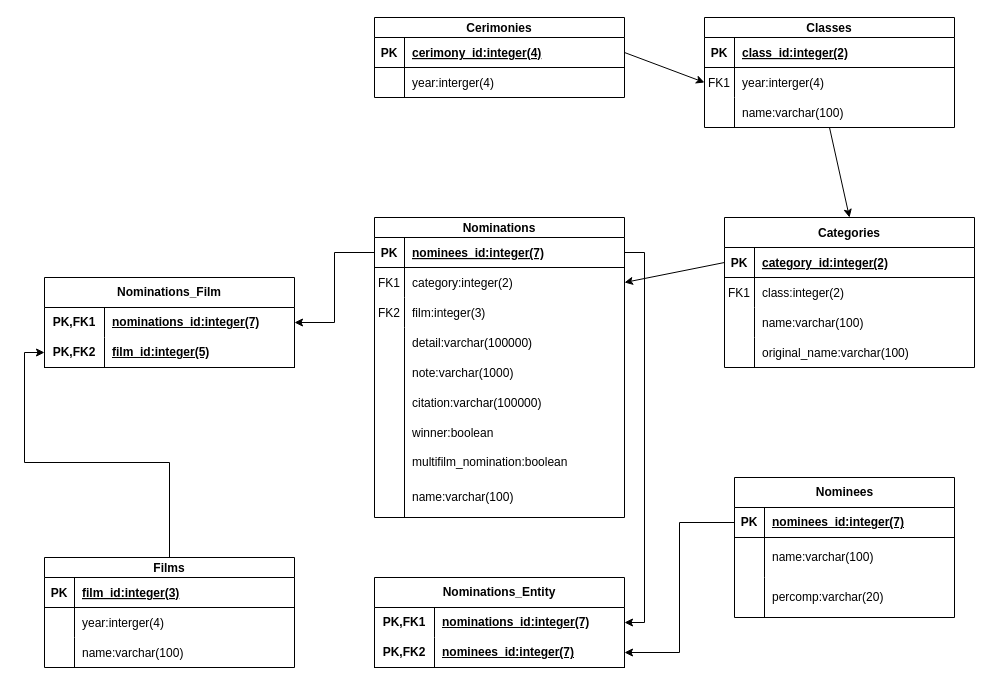
Above: modelo_relacional_oscars.drawio in QuAleAcEna/PythonAppOscars (draw.io), before the change. Source tidied: cells renumbered, new cells numbered last; positions are measured from the earlier drawing's top-left corner, leaving out a move shared by most shapes. Both pictures are drawn from the tidied source at 100%, with x=0, y=0 at pixel (44, 17).
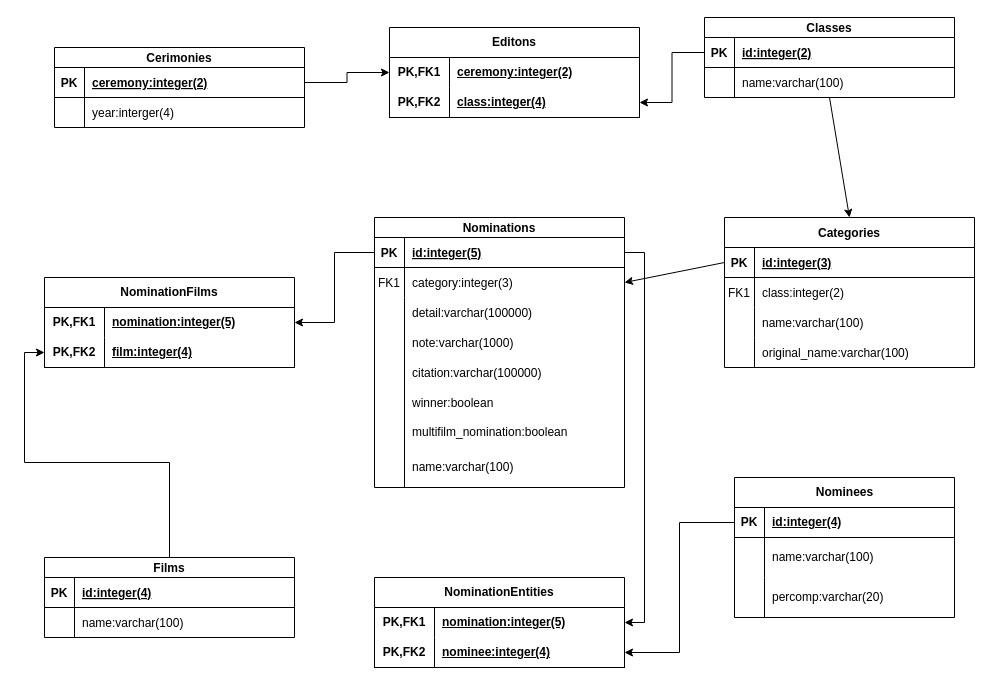
The same diagram, later.

Unchanged cells that the change refers to:
```xml
<mxCell id="3" style="shape=partialRectangle;fillColor=none;points=[[0,0.5],[1,0.5]];portConstraint=eastwest;top=0;left=0;right=0;bottom=1;" parent="2" vertex="1">
  <mxGeometry y="20" width="250" height="30" as="geometry" />
</mxCell>
<mxCell id="13" style="shape=partialRectangle;fillColor=none;points=[[0,0.5],[1,0.5]];portConstraint=eastwest;top=0;left=0;right=0;bottom=1;" parent="12" vertex="1">
  <mxGeometry y="30" width="250" height="30" as="geometry" />
</mxCell>
<mxCell id="26" style="shape=partialRectangle;fillColor=none;points=[[0,0.5],[1,0.5]];portConstraint=eastwest;top=0;left=0;right=0;bottom=1;" parent="25" vertex="1">
  <mxGeometry y="20" width="250" height="30" as="geometry" />
</mxCell>
<mxCell id="34" style="shape=partialRectangle;fillColor=none;top=0;left=0;right=0;bottom=1;" parent="33" vertex="1">
  <mxGeometry y="20" width="250" height="30" as="geometry" />
</mxCell>
<mxCell id="44" style="shape=partialRectangle;fillColor=none;points=[[0,0.5],[1,0.5]];portConstraint=eastwest;top=0;left=0;right=0;bottom=1;" parent="43" vertex="1">
  <mxGeometry y="20" width="250" height="30" as="geometry" />
</mxCell>
<mxCell id="47" style="shape=partialRectangle;fillColor=none;points=[[0,0.5],[1,0.5]];portConstraint=eastwest;top=0;left=0;right=0;bottom=0;" parent="43" vertex="1">
  <mxGeometry y="50" width="250" height="30" as="geometry" />
</mxCell>
<mxCell id="59" style="shape=tableRow;horizontal=0;startSize=0;swimlaneHead=0;swimlaneBody=0;fillColor=none;points=[[0,0.5],[1,0.5]];portConstraint=eastwest;top=0;left=0;right=0;bottom=0;html=1;" parent="58" vertex="1">
  <mxGeometry y="30" width="250" height="30" as="geometry" />
</mxCell>
<mxCell id="62" style="shape=tableRow;horizontal=0;startSize=0;swimlaneHead=0;swimlaneBody=0;fillColor=none;points=[[0,0.5],[1,0.5]];portConstraint=eastwest;top=0;left=0;right=0;bottom=1;html=1;" parent="58" vertex="1">
  <mxGeometry y="60" width="250" height="30" as="geometry" />
</mxCell>
<mxCell id="73" style="shape=tableRow;horizontal=0;startSize=0;swimlaneHead=0;swimlaneBody=0;fillColor=none;points=[[0,0.5],[1,0.5]];portConstraint=eastwest;top=0;left=0;right=0;bottom=1;" parent="72" vertex="1">
  <mxGeometry y="30" width="220" height="30" as="geometry" />
</mxCell>
<mxCell id="84" style="shape=tableRow;horizontal=0;startSize=0;swimlaneHead=0;swimlaneBody=0;fillColor=none;points=[[0,0.5],[1,0.5]];portConstraint=eastwest;top=0;left=0;right=0;bottom=0;html=1;" parent="83" vertex="1">
  <mxGeometry y="30" width="250" height="30" as="geometry" />
</mxCell>
<mxCell id="87" style="shape=tableRow;horizontal=0;startSize=0;swimlaneHead=0;swimlaneBody=0;fillColor=none;points=[[0,0.5],[1,0.5]];portConstraint=eastwest;top=0;left=0;right=0;bottom=1;html=1;" parent="83" vertex="1">
  <mxGeometry y="60" width="250" height="30" as="geometry" />
</mxCell>
```

The edit, as a diff of the source:
```diff
@@
     <mxCell id="2" value="Classes" style="shape=table;startSize=20;childLayout=tableLayout;rowLines=0;fontStyle=1;align=center;" parent="1" vertex="1">
-      <mxGeometry x="660" width="250" height="110" as="geometry" />
+      <mxGeometry x="660" width="250" height="80" as="geometry" />
     </mxCell>
@@
-    <mxCell id="5" value="class_id:integer(2)" style="shape=partialRectangle;overflow=hidden;fillColor=none;top=0;left=0;bottom=0;right=0;align=left;spacingLeft=6;fontStyle=5;" parent="3" vertex="1">
+    <mxCell id="5" value="id:integer(2)" style="shape=partialRectangle;overflow=hidden;fillColor=none;top=0;left=0;bottom=0;right=0;align=left;spacingLeft=6;fontStyle=5;" parent="3" vertex="1">
       <mxGeometry x="30" width="220" height="30" as="geometry" />
     </mxCell>
-    <mxCell id="6" style="shape=partialRectangle;fillColor=none;points=[[0,0.5],[1,0.5]];portConstraint=eastwest;top=0;left=0;right=0;bottom=0;" parent="2" vertex="1">
-      <mxGeometry y="50" width="250" height="30" as="geometry" />
-    </mxCell>
-    <mxCell id="7" value="FK1" style="shape=partialRectangle;overflow=hidden;fillColor=none;top=0;left=0;bottom=0;right=0;" parent="6" vertex="1">
-      <mxGeometry width="30" height="30" as="geometry" />
-    </mxCell>
-    <mxCell id="8" value="year:interger(4)" style="shape=partialRectangle;overflow=hidden;fillColor=none;top=0;left=0;bottom=0;right=0;align=left;spacingLeft=6;" parent="6" vertex="1">
-      <mxGeometry x="30" width="220" height="30" as="geometry" />
-    </mxCell>
     <mxCell id="9" style="shape=partialRectangle;fillColor=none;top=0;left=0;right=0;bottom=0;" parent="2" vertex="1">
-      <mxGeometry y="80" width="250" height="30" as="geometry" />
+      <mxGeometry y="50" width="250" height="30" as="geometry" />
     </mxCell>
@@
-    <mxCell id="15" value="category_id:integer(2)" style="shape=partialRectangle;overflow=hidden;fillColor=none;top=0;left=0;bottom=0;right=0;align=left;spacingLeft=6;fontStyle=5;" parent="13" vertex="1">
+    <mxCell id="15" value="id:integer(3)" style="shape=partialRectangle;overflow=hidden;fillColor=none;top=0;left=0;bottom=0;right=0;align=left;spacingLeft=6;fontStyle=5;" parent="13" vertex="1">
       <mxGeometry x="30" width="220" height="30" as="geometry" />
     </mxCell>
@@
     <mxCell id="25" value="Cerimonies" style="shape=table;startSize=20;childLayout=tableLayout;rowLines=0;fontStyle=1;align=center;" parent="1" vertex="1">
-      <mxGeometry x="330" width="250" height="80" as="geometry" />
+      <mxGeometry x="10" y="30" width="250" height="80" as="geometry" />
     </mxCell>
@@
-    <mxCell id="28" value="cerimony_id:integer(4)" style="shape=partialRectangle;overflow=hidden;fillColor=none;top=0;left=0;bottom=0;right=0;align=left;spacingLeft=6;fontStyle=5;" parent="26" vertex="1">
+    <mxCell id="28" value="ceremony:integer(2)" style="shape=partialRectangle;overflow=hidden;fillColor=none;top=0;left=0;bottom=0;right=0;align=left;spacingLeft=6;fontStyle=5;" parent="26" vertex="1">
       <mxGeometry x="30" width="220" height="30" as="geometry" />
     </mxCell>
-    <mxCell id="29" style="endArrow=classic;html=1;rounded=0;exitX=1;exitY=0.5;exitDx=0;exitDy=0;entryX=0;entryY=0.5;entryDx=0;entryDy=0;" parent="1" edge="1" source="26" target="6">
-      <mxGeometry relative="1" as="geometry" />
-    </mxCell>
@@
     <mxCell id="33" value="Films" style="shape=table;startSize=20;childLayout=tableLayout;rowLines=0;fontStyle=1;align=center;" parent="1" vertex="1">
-      <mxGeometry y="540" width="250" height="110" as="geometry" />
+      <mxGeometry y="540" width="250" height="80" as="geometry" />
     </mxCell>
@@
-    <mxCell id="36" value="film_id:integer(3)" style="shape=partialRectangle;overflow=hidden;fillColor=none;top=0;left=0;bottom=0;right=0;align=left;spacingLeft=6;fontStyle=5;" parent="34" vertex="1">
+    <mxCell id="36" value="id:integer(4)" style="shape=partialRectangle;overflow=hidden;fillColor=none;top=0;left=0;bottom=0;right=0;align=left;spacingLeft=6;fontStyle=5;" parent="34" vertex="1">
       <mxGeometry x="30" width="220" height="30" as="geometry" />
     </mxCell>
-    <mxCell id="37" style="shape=partialRectangle;fillColor=none;top=0;left=0;right=0;bottom=0;" parent="33" vertex="1">
-      <mxGeometry y="50" width="250" height="30" as="geometry" />
-    </mxCell>
-    <mxCell id="38" style="shape=partialRectangle;overflow=hidden;fillColor=none;top=0;left=0;bottom=0;right=0;" parent="37" vertex="1">
-      <mxGeometry width="30" height="30" as="geometry" />
-    </mxCell>
-    <mxCell id="39" value="year:interger(4)" style="shape=partialRectangle;overflow=hidden;fillColor=none;top=0;left=0;bottom=0;right=0;align=left;spacingLeft=6;" parent="37" vertex="1">
-      <mxGeometry x="30" width="220" height="30" as="geometry" />
-    </mxCell>
     <mxCell id="40" style="shape=partialRectangle;fillColor=none;top=0;left=0;right=0;bottom=0;" parent="33" vertex="1">
-      <mxGeometry y="80" width="250" height="30" as="geometry" />
+      <mxGeometry y="50" width="250" height="30" as="geometry" />
     </mxCell>
@@
     <mxCell id="43" value="Nominations" style="shape=table;startSize=20;childLayout=tableLayout;rowLines=0;fontStyle=1;align=center;swimlaneLine=1;" parent="1" vertex="1">
-      <mxGeometry x="330" y="200" width="250" height="300" as="geometry" />
+      <mxGeometry x="330" y="200" width="250" height="270" as="geometry" />
     </mxCell>
@@
-    <mxCell id="46" value="nominees_id:integer(7)" style="shape=partialRectangle;overflow=hidden;fillColor=none;top=0;left=0;bottom=0;right=0;align=left;spacingLeft=6;fontStyle=5;" parent="44" vertex="1">
+    <mxCell id="46" value="id:integer(5)" style="shape=partialRectangle;overflow=hidden;fillColor=none;top=0;left=0;bottom=0;right=0;align=left;spacingLeft=6;fontStyle=5;" parent="44" vertex="1">
       <mxGeometry x="30" width="220" height="30" as="geometry" />
     </mxCell>
@@
-    <mxCell id="49" value="category:integer(2)" style="shape=partialRectangle;overflow=hidden;fillColor=none;top=0;left=0;bottom=0;right=0;align=left;spacingLeft=6;" parent="47" vertex="1">
+    <mxCell id="49" value="category:integer(3)" style="shape=partialRectangle;overflow=hidden;fillColor=none;top=0;left=0;bottom=0;right=0;align=left;spacingLeft=6;" parent="47" vertex="1">
       <mxGeometry x="30" width="220" height="30" as="geometry" />
     </mxCell>
-    <mxCell id="50" style="shape=partialRectangle;fillColor=none;top=0;left=0;right=0;bottom=0;" parent="43" vertex="1">
-      <mxGeometry y="80" width="250" height="30" as="geometry" />
-    </mxCell>
-    <mxCell id="51" value="FK2" style="shape=partialRectangle;overflow=hidden;fillColor=none;top=0;left=0;bottom=0;right=0;" parent="50" vertex="1">
-      <mxGeometry width="30" height="30" as="geometry" />
-    </mxCell>
-    <mxCell id="52" value="film:integer(3)" style="shape=partialRectangle;overflow=hidden;fillColor=none;top=0;left=0;bottom=0;right=0;align=left;spacingLeft=6;" parent="50" vertex="1">
-      <mxGeometry x="30" width="220" height="30" as="geometry" />
-    </mxCell>
     <mxCell id="53" value="detail:varchar(100000)" style="shape=partialRectangle;overflow=hidden;fillColor=none;top=0;left=0;bottom=0;right=0;align=left;spacingLeft=6;" parent="1" vertex="1">
-      <mxGeometry x="360" y="310" width="220" height="30" as="geometry" />
+      <mxGeometry x="360" y="280" width="220" height="30" as="geometry" />
     </mxCell>
     <mxCell id="54" value="note:varchar(1000)" style="shape=partialRectangle;overflow=hidden;fillColor=none;top=0;left=0;bottom=0;right=0;align=left;spacingLeft=6;" parent="1" vertex="1">
-      <mxGeometry x="360" y="340" width="220" height="30" as="geometry" />
+      <mxGeometry x="360" y="310" width="220" height="30" as="geometry" />
     </mxCell>
     <mxCell id="55" value="citation:varchar(100000)" style="shape=partialRectangle;overflow=hidden;fillColor=none;top=0;left=0;bottom=0;right=0;align=left;spacingLeft=6;" parent="1" vertex="1">
-      <mxGeometry x="360" y="370" width="220" height="30" as="geometry" />
+      <mxGeometry x="360" y="340" width="220" height="30" as="geometry" />
     </mxCell>
     <mxCell id="56" value="winner:boolean" style="shape=partialRectangle;overflow=hidden;fillColor=none;top=0;left=0;bottom=0;right=0;align=left;spacingLeft=6;" parent="1" vertex="1">
-      <mxGeometry x="360" y="400" width="220" height="30" as="geometry" />
+      <mxGeometry x="360" y="370" width="220" height="30" as="geometry" />
     </mxCell>
     <mxCell id="57" style="endArrow=none;html=1;rounded=0;" parent="1" edge="1">
       <mxGeometry relative="1" as="geometry">
-        <mxPoint x="360" y="500" as="sourcePoint" />
-        <mxPoint x="360" y="310" as="targetPoint" />
+        <mxPoint x="360" y="470" as="sourcePoint" />
+        <mxPoint x="360" y="280" as="targetPoint" />
       </mxGeometry>
     </mxCell>
-    <mxCell id="58" value="Nominations_Entity" style="shape=table;startSize=30;childLayout=tableLayout;rowLines=0;fontStyle=1;align=center;html=1;whiteSpace=wrap;" parent="1" vertex="1">
+    <mxCell id="58" value="NominationEntities" style="shape=table;startSize=30;childLayout=tableLayout;rowLines=0;fontStyle=1;align=center;html=1;whiteSpace=wrap;" parent="1" vertex="1">
       <mxGeometry x="330" y="560" width="250" height="90" as="geometry" />
     </mxCell>
@@
-    <mxCell id="61" value="nominations_id:integer(7)" style="shape=partialRectangle;fillColor=none;top=0;left=0;bottom=0;right=0;align=left;spacingLeft=6;fontStyle=5;overflow=hidden;html=1;whiteSpace=wrap;" parent="59" vertex="1">
+    <mxCell id="61" value="nomination:integer(5)" style="shape=partialRectangle;fillColor=none;top=0;left=0;bottom=0;right=0;align=left;spacingLeft=6;fontStyle=5;overflow=hidden;html=1;whiteSpace=wrap;" parent="59" vertex="1">
       <mxGeometry x="60" width="190" height="30" as="geometry" />
     </mxCell>
@@
-    <mxCell id="64" value="nominees_id:integer(7)" style="shape=partialRectangle;fillColor=none;top=0;left=0;bottom=0;right=0;align=left;spacingLeft=6;fontStyle=5;overflow=hidden;html=1;whiteSpace=wrap;" parent="62" vertex="1">
+    <mxCell id="64" value="nominee:integer(4)" style="shape=partialRectangle;fillColor=none;top=0;left=0;bottom=0;right=0;align=left;spacingLeft=6;fontStyle=5;overflow=hidden;html=1;whiteSpace=wrap;" parent="62" vertex="1">
       <mxGeometry x="60" width="190" height="30" as="geometry" />
     </mxCell>
@@
     <mxCell id="67" style="shape=partialRectangle;fillColor=none;top=0;left=0;right=0;bottom=0;" parent="1" vertex="1">
-      <mxGeometry x="330" y="50" width="250" height="30" as="geometry" />
+      <mxGeometry x="10" y="80" width="250" height="30" as="geometry" />
     </mxCell>
@@
     <mxCell id="70" style="endArrow=none;html=1;rounded=0;" parent="1" edge="1">
       <mxGeometry relative="1" as="geometry">
-        <mxPoint x="360" y="80" as="sourcePoint" />
-        <mxPoint x="360" y="50" as="targetPoint" />
+        <mxPoint x="40" y="110" as="sourcePoint" />
+        <mxPoint x="40" y="80" as="targetPoint" />
       </mxGeometry>
     </mxCell>
     <mxCell id="71" value="multifilm_nomination:boolean" style="shape=partialRectangle;fillColor=none;top=0;left=0;bottom=0;right=0;align=left;spacingLeft=6;overflow=hidden;whiteSpace=wrap;html=1;" parent="1" vertex="1">
-      <mxGeometry x="360" y="430" width="190" height="30" as="geometry" />
+      <mxGeometry x="360" y="400" width="190" height="30" as="geometry" />
     </mxCell>
@@
-    <mxCell id="75" value="nominees_id:integer(7)" style="shape=partialRectangle;fillColor=none;top=0;left=0;bottom=0;right=0;align=left;spacingLeft=6;fontStyle=5;overflow=hidden;whiteSpace=wrap;html=1;" parent="73" vertex="1">
+    <mxCell id="75" value="id:integer(4)" style="shape=partialRectangle;fillColor=none;top=0;left=0;bottom=0;right=0;align=left;spacingLeft=6;fontStyle=5;overflow=hidden;whiteSpace=wrap;html=1;" parent="73" vertex="1">
       <mxGeometry x="30" width="190" height="30" as="geometry" />
     </mxCell>
@@
     <mxCell id="82" value="name:varchar(100)" style="shape=partialRectangle;fillColor=none;top=0;left=0;bottom=0;right=0;align=left;spacingLeft=6;overflow=hidden;whiteSpace=wrap;html=1;" parent="1" vertex="1">
-      <mxGeometry x="360" y="460" width="190" height="40" as="geometry" />
+      <mxGeometry x="360" y="430" width="190" height="40" as="geometry" />
     </mxCell>
-    <mxCell id="83" value="Nominations_Film" style="shape=table;startSize=30;childLayout=tableLayout;rowLines=0;fontStyle=1;align=center;html=1;whiteSpace=wrap;" parent="1" vertex="1">
+    <mxCell id="83" value="NominationFilms" style="shape=table;startSize=30;childLayout=tableLayout;rowLines=0;fontStyle=1;align=center;html=1;whiteSpace=wrap;" parent="1" vertex="1">
       <mxGeometry y="260" width="250" height="90" as="geometry" />
     </mxCell>
@@
-    <mxCell id="86" value="nominations_id:integer(7)" style="shape=partialRectangle;fillColor=none;top=0;left=0;bottom=0;right=0;align=left;spacingLeft=6;fontStyle=5;overflow=hidden;html=1;whiteSpace=wrap;" parent="84" vertex="1">
+    <mxCell id="86" value="nomination:integer(5)" style="shape=partialRectangle;fillColor=none;top=0;left=0;bottom=0;right=0;align=left;spacingLeft=6;fontStyle=5;overflow=hidden;html=1;whiteSpace=wrap;" parent="84" vertex="1">
       <mxGeometry x="60" width="190" height="30" as="geometry" />
     </mxCell>
@@
-    <mxCell id="89" value="film_id:integer(5)" style="shape=partialRectangle;fillColor=none;top=0;left=0;bottom=0;right=0;align=left;spacingLeft=6;fontStyle=5;overflow=hidden;html=1;whiteSpace=wrap;" parent="87" vertex="1">
+    <mxCell id="89" value="film:integer(4)" style="shape=partialRectangle;fillColor=none;top=0;left=0;bottom=0;right=0;align=left;spacingLeft=6;fontStyle=5;overflow=hidden;html=1;whiteSpace=wrap;" parent="87" vertex="1">
       <mxGeometry x="60" width="190" height="30" as="geometry" />
     </mxCell>
@@
+    <mxCell id="91" value="Editons" style="shape=table;startSize=30;childLayout=tableLayout;rowLines=0;fontStyle=1;align=center;html=1;whiteSpace=wrap;" parent="1" vertex="1">
+      <mxGeometry x="345" y="10" width="250" height="90" as="geometry" />
+    </mxCell>
+    <mxCell id="92" style="shape=tableRow;horizontal=0;startSize=0;swimlaneHead=0;swimlaneBody=0;fillColor=none;points=[[0,0.5],[1,0.5]];portConstraint=eastwest;top=0;left=0;right=0;bottom=0;html=1;" parent="91" vertex="1">
+      <mxGeometry y="30" width="250" height="30" as="geometry" />
+    </mxCell>
+    <mxCell id="93" value="PK,FK1" style="shape=partialRectangle;fillColor=none;top=0;left=0;bottom=0;right=0;fontStyle=1;overflow=hidden;html=1;whiteSpace=wrap;" parent="92" vertex="1">
+      <mxGeometry width="60" height="30" as="geometry" />
+    </mxCell>
+    <mxCell id="94" value="ceremony:integer(2)" style="shape=partialRectangle;fillColor=none;top=0;left=0;bottom=0;right=0;align=left;spacingLeft=6;fontStyle=5;overflow=hidden;html=1;whiteSpace=wrap;" parent="92" vertex="1">
+      <mxGeometry x="60" width="190" height="30" as="geometry" />
+    </mxCell>
+    <mxCell id="95" style="shape=tableRow;horizontal=0;startSize=0;swimlaneHead=0;swimlaneBody=0;fillColor=none;points=[[0,0.5],[1,0.5]];portConstraint=eastwest;top=0;left=0;right=0;bottom=1;html=1;" parent="91" vertex="1">
+      <mxGeometry y="60" width="250" height="30" as="geometry" />
+    </mxCell>
+    <mxCell id="96" value="PK,FK2" style="shape=partialRectangle;fillColor=none;top=0;left=0;bottom=0;right=0;fontStyle=1;overflow=hidden;html=1;whiteSpace=wrap;" parent="95" vertex="1">
+      <mxGeometry width="60" height="30" as="geometry" />
+    </mxCell>
+    <mxCell id="97" value="class:integer(4)" style="shape=partialRectangle;fillColor=none;top=0;left=0;bottom=0;right=0;align=left;spacingLeft=6;fontStyle=5;overflow=hidden;html=1;whiteSpace=wrap;" parent="95" vertex="1">
+      <mxGeometry x="60" width="190" height="30" as="geometry" />
+    </mxCell>
+    <mxCell id="98" style="edgeStyle=orthogonalEdgeStyle;rounded=0;jettySize=auto;html=1;exitX=1;exitY=0.5;exitDx=0;exitDy=0;entryX=0;entryY=0.5;entryDx=0;entryDy=0;" parent="1" edge="1" source="26" target="92">
+      <mxGeometry relative="1" as="geometry" />
+    </mxCell>
+    <mxCell id="99" style="edgeStyle=orthogonalEdgeStyle;rounded=0;jettySize=auto;html=1;exitX=0;exitY=0.5;exitDx=0;exitDy=0;entryX=1;entryY=0.5;entryDx=0;entryDy=0;" parent="1" edge="1" source="3" target="95">
+      <mxGeometry relative="1" as="geometry" />
+    </mxCell>
```
